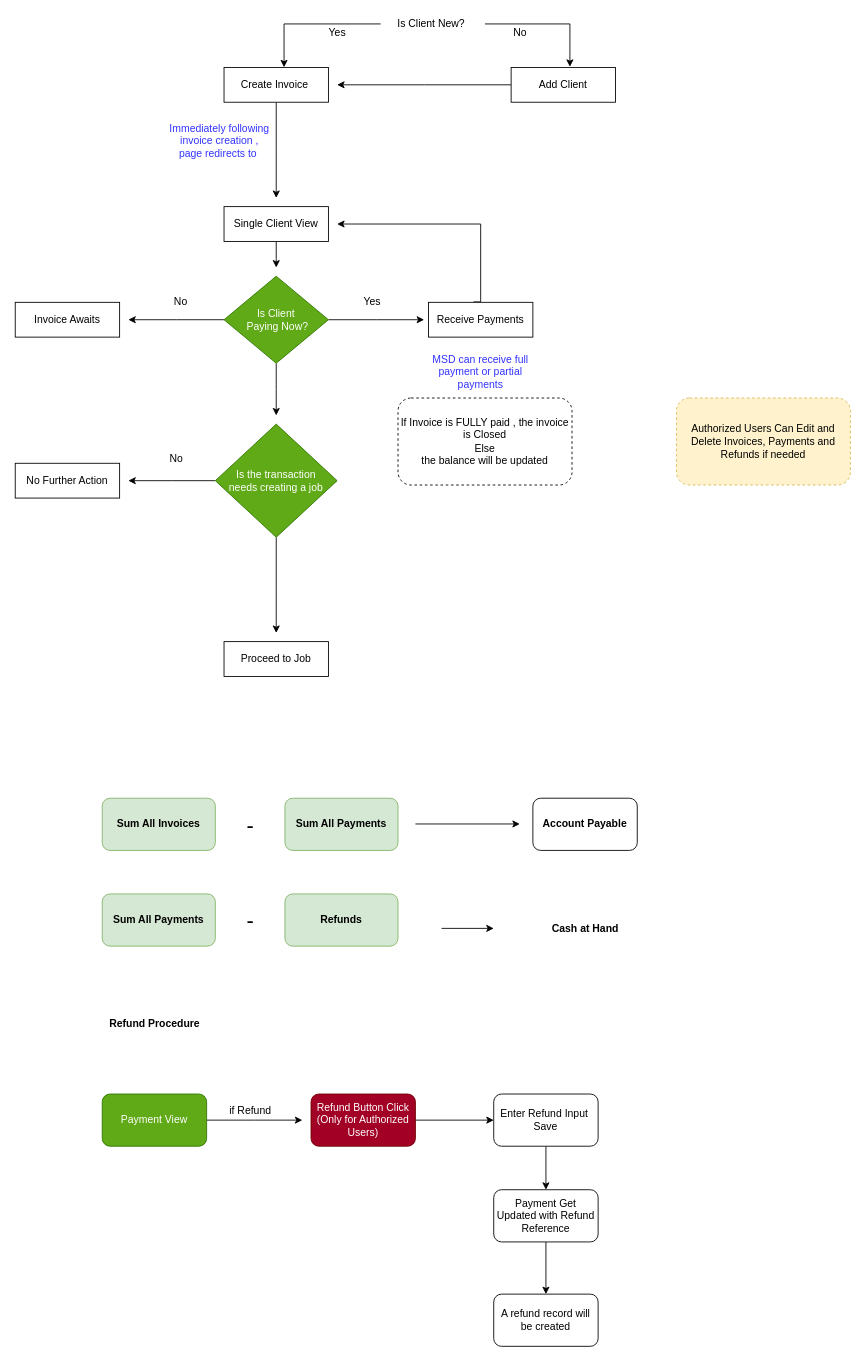
The draw.io diagram invoice-flow.drawio in Sanjaya77/flow-charts, before the edit. Source tidied: cells renumbered, new cells numbered last; positions are measured from the earlier drawing's top-left corner, leaving out a move shared by most shapes. Both pictures are drawn from the tidied source at 87%, with x=0, y=0 at pixel (15, 15).
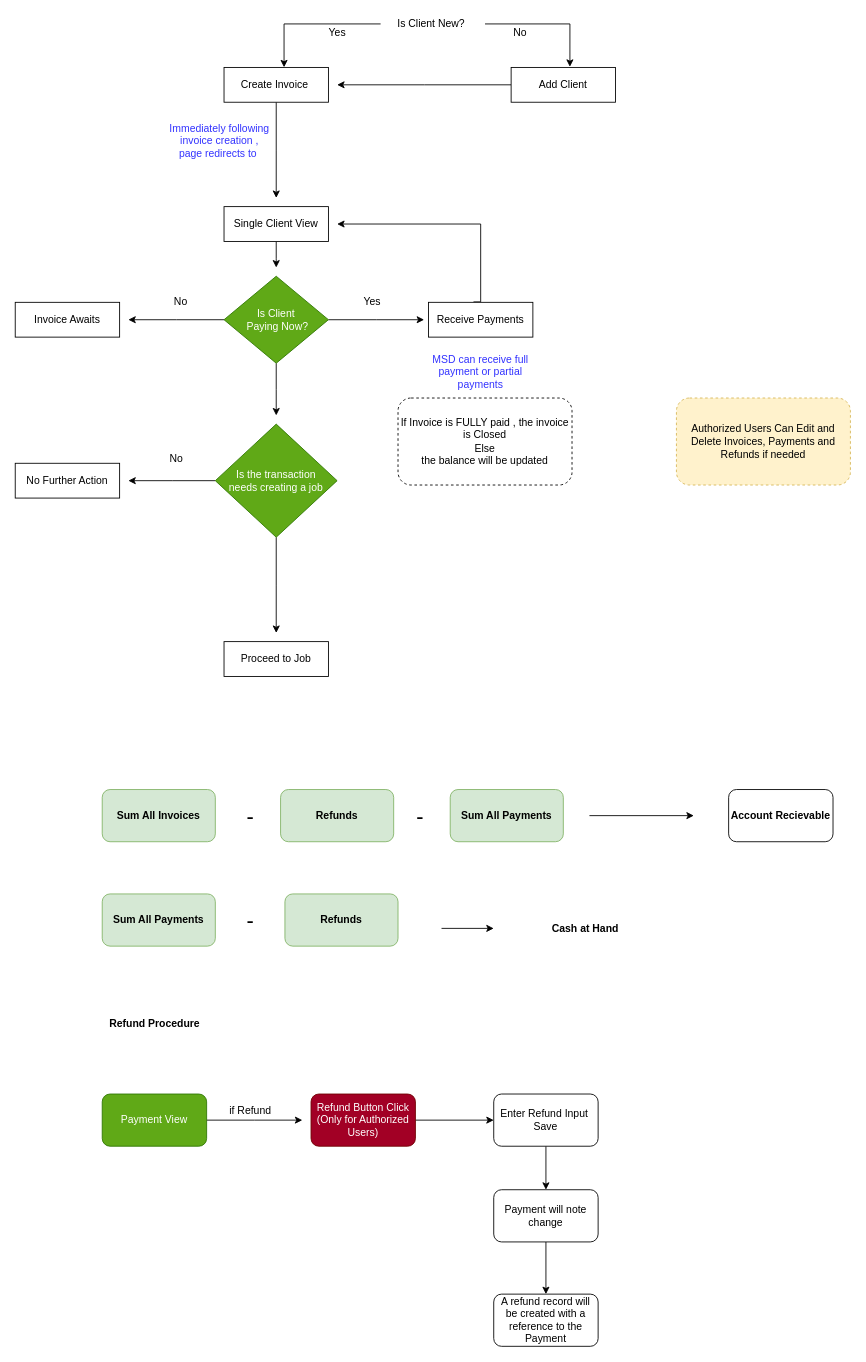
Above is the later version.

What changed in the source:
```diff
@@
     <mxCell id="31" value="&lt;b&gt;&lt;font style=&quot;font-size: 12px&quot;&gt;Sum All Invoices&lt;/font&gt;&lt;/b&gt;" style="rounded=1;whiteSpace=wrap;html=1;fillColor=#d5e8d4;strokeColor=#82b366;" parent="1" vertex="1">
-      <mxGeometry x="100" y="900" width="130" height="60" as="geometry" />
+      <mxGeometry x="100" y="890" width="130" height="60" as="geometry" />
     </mxCell>
-    <mxCell id="32" value="Account Payable" style="rounded=1;whiteSpace=wrap;html=1;fontStyle=1;" parent="1" vertex="1">
-      <mxGeometry x="595" y="900" width="120" height="60" as="geometry" />
+    <mxCell id="32" value="Account Recievable" style="rounded=1;whiteSpace=wrap;html=1;fontStyle=1;" parent="1" vertex="1">
+      <mxGeometry x="820" y="890" width="120" height="60" as="geometry" />
     </mxCell>
     <mxCell id="33" value="&lt;font style=&quot;font-size: 25px&quot;&gt;-&lt;/font&gt;" style="text;html=1;align=center;verticalAlign=middle;" parent="1" vertex="1">
-      <mxGeometry x="260" y="920" width="20" height="20" as="geometry" />
+      <mxGeometry x="260" y="910" width="20" height="20" as="geometry" />
     </mxCell>
     <mxCell id="34" style="edgeStyle=orthogonalEdgeStyle;rounded=0;orthogonalLoop=1;jettySize=auto;html=1;" parent="1" edge="1">
       <mxGeometry relative="1" as="geometry">
-        <mxPoint x="460" y="929.6" as="sourcePoint" />
-        <mxPoint x="580" y="929.6" as="targetPoint" />
+        <mxPoint x="660" y="920" as="sourcePoint" />
+        <mxPoint x="780" y="920" as="targetPoint" />
       </mxGeometry>
     </mxCell>
     <mxCell id="35" value="&lt;b&gt;&lt;font style=&quot;font-size: 12px&quot;&gt;Sum All Payments&lt;/font&gt;&lt;/b&gt;" style="rounded=1;whiteSpace=wrap;html=1;fillColor=#d5e8d4;strokeColor=#82b366;" parent="1" vertex="1">
-      <mxGeometry x="310" y="900" width="130" height="60" as="geometry" />
+      <mxGeometry x="500" y="890" width="130" height="60" as="geometry" />
     </mxCell>
@@
-    <mxCell id="50" value="Payment Get Updated with Refund Reference" style="rounded=1;whiteSpace=wrap;html=1;" parent="1" vertex="1">
+    <mxCell id="50" value="Payment will note change" style="rounded=1;whiteSpace=wrap;html=1;" parent="1" vertex="1">
       <mxGeometry x="550" y="1350" width="120" height="60" as="geometry" />
     </mxCell>
-    <mxCell id="51" value="A refund record will be created" style="rounded=1;whiteSpace=wrap;html=1;" parent="1" vertex="1">
+    <mxCell id="51" value="A refund record will be created with a reference to the Payment" style="rounded=1;whiteSpace=wrap;html=1;" parent="1" vertex="1">
       <mxGeometry x="550" y="1470" width="120" height="60" as="geometry" />
     </mxCell>
@@
+    <mxCell id="53" value="&lt;b&gt;Refunds&lt;/b&gt;" style="rounded=1;whiteSpace=wrap;html=1;fillColor=#d5e8d4;strokeColor=#82b366;" parent="1" vertex="1">
+      <mxGeometry x="305" y="890" width="130" height="60" as="geometry" />
+    </mxCell>
+    <mxCell id="54" value="&lt;font style=&quot;font-size: 25px&quot;&gt;-&lt;/font&gt;" style="text;html=1;align=center;verticalAlign=middle;" parent="1" vertex="1">
+      <mxGeometry x="455" y="910" width="20" height="20" as="geometry" />
+    </mxCell>
```
